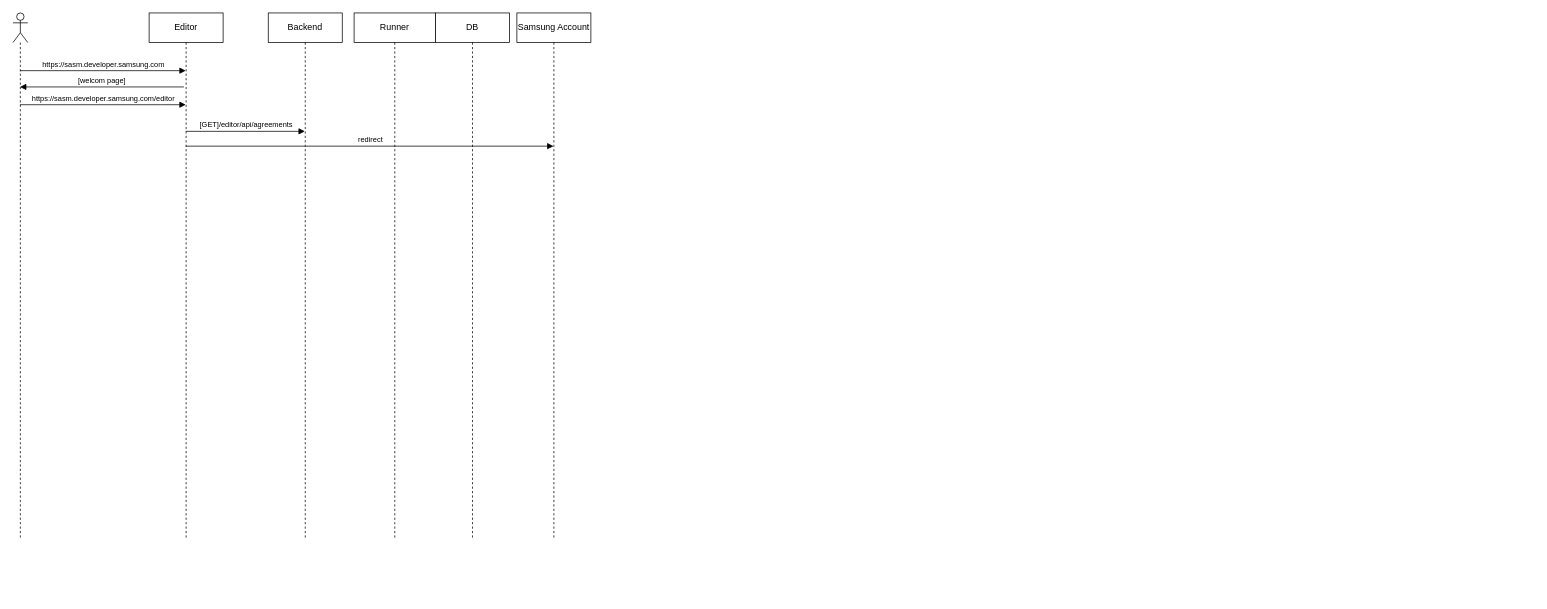
The draw.io diagram Untitled Diagram.drawio in hyjeong0/common-utils, before the edit. Source tidied: cells renumbered, new cells numbered last; positions are measured from the earlier drawing's top-left corner, leaving out a move shared by most shapes. Both pictures are drawn from the tidied source at 74%, with x=0, y=0 at pixel (13, 13).
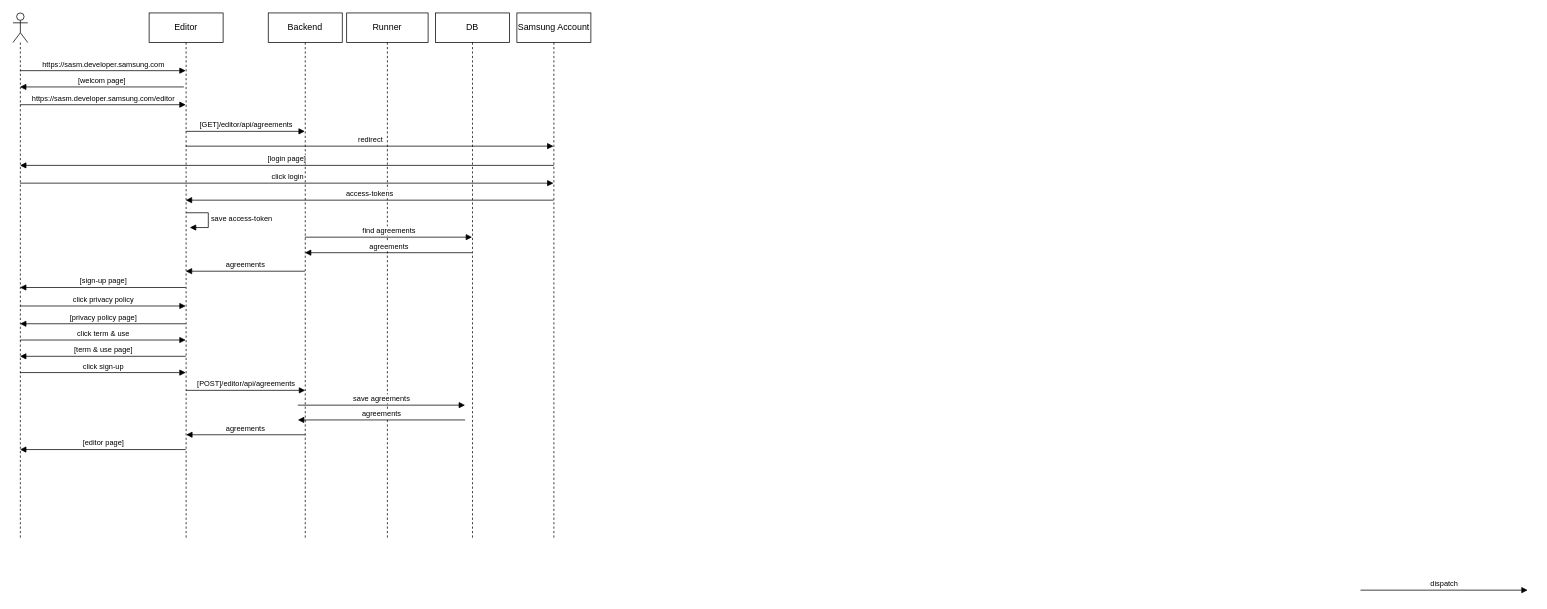
Above is the later version.

The change refers to these unchanged cells:
```xml
<mxCell id="3" value="Editor" style="shape=umlLifeline;perimeter=lifelinePerimeter;whiteSpace=wrap;html=1;" parent="1" vertex="1">
  <mxGeometry x="184" width="100" height="710" as="geometry" />
</mxCell>
```

Diff of the diagram source:
```diff
@@
+    <mxCell id="13" value="save access-token" style="edgeStyle=orthogonalEdgeStyle;html=1;align=left;spacingLeft=2;endArrow=block;rounded=0;entryX=1;entryY=0;fontSize=10;" parent="3" edge="1">
+      <mxGeometry relative="1" as="geometry">
+        <mxPoint x="50" y="270" as="sourcePoint" />
+        <mxPoint x="55" y="290" as="targetPoint" />
+        <Array as="points">
+          <mxPoint x="80" y="270" />
+        </Array>
+      </mxGeometry>
+    </mxCell>
@@
     <mxCell id="6" value="Runner" style="shape=umlLifeline;perimeter=lifelinePerimeter;whiteSpace=wrap;html=1;" parent="1" vertex="1">
-      <mxGeometry x="461" width="110" height="710" as="geometry" />
+      <mxGeometry x="451" width="110" height="710" as="geometry" />
     </mxCell>
+    <mxCell id="14" value="save agreements" style="html=1;verticalAlign=bottom;endArrow=block;rounded=0;fontSize=10;" parent="6" edge="1">
+      <mxGeometry relative="1" as="geometry">
+        <mxPoint x="-66" y="530" as="sourcePoint" />
+        <mxPoint x="160" y="530" as="targetPoint" />
+      </mxGeometry>
+    </mxCell>
+    <mxCell id="15" value="agreements" style="html=1;verticalAlign=bottom;endArrow=block;rounded=0;fontSize=10;" parent="6" edge="1">
+      <mxGeometry relative="1" as="geometry">
+        <mxPoint x="160" y="550" as="sourcePoint" />
+        <mxPoint x="-66" y="550" as="targetPoint" />
+      </mxGeometry>
+    </mxCell>
@@
+    <mxCell id="16" value="[login page]" style="html=1;verticalAlign=bottom;endArrow=block;rounded=0;fontSize=10;" parent="1" edge="1">
+      <mxGeometry relative="1" as="geometry">
+        <mxPoint x="731" y="206" as="sourcePoint" />
+        <mxPoint x="9.5" y="206" as="targetPoint" />
+      </mxGeometry>
+    </mxCell>
+    <mxCell id="17" value="click login" style="html=1;verticalAlign=bottom;endArrow=block;rounded=0;fontSize=10;" parent="1" edge="1">
+      <mxGeometry relative="1" as="geometry">
+        <mxPoint x="9.5" y="230" as="sourcePoint" />
+        <mxPoint x="730.5" y="230" as="targetPoint" />
+      </mxGeometry>
+    </mxCell>
+    <mxCell id="18" value="access-tokens" style="html=1;verticalAlign=bottom;endArrow=block;rounded=0;fontSize=10;" parent="1" edge="1">
+      <mxGeometry relative="1" as="geometry">
+        <mxPoint x="730.5" y="253" as="sourcePoint" />
+        <mxPoint x="233.5" y="253" as="targetPoint" />
+      </mxGeometry>
+    </mxCell>
+    <mxCell id="19" value="dispatch" style="html=1;verticalAlign=bottom;endArrow=block;rounded=0;fontSize=10;" parent="1" edge="1">
+      <mxGeometry relative="1" as="geometry">
+        <mxPoint x="1821" y="780" as="sourcePoint" />
+        <mxPoint x="2047" y="780" as="targetPoint" />
+      </mxGeometry>
+    </mxCell>
+    <mxCell id="20" value="find agreements" style="html=1;verticalAlign=bottom;endArrow=block;rounded=0;fontSize=10;" parent="1" edge="1">
+      <mxGeometry relative="1" as="geometry">
+        <mxPoint x="394.5" y="303" as="sourcePoint" />
+        <mxPoint x="620.5" y="303" as="targetPoint" />
+      </mxGeometry>
+    </mxCell>
+    <mxCell id="21" value="agreements" style="html=1;verticalAlign=bottom;endArrow=block;rounded=0;fontSize=10;" parent="1" edge="1">
+      <mxGeometry relative="1" as="geometry">
+        <mxPoint x="620.5" y="324" as="sourcePoint" />
+        <mxPoint x="394.5" y="324" as="targetPoint" />
+      </mxGeometry>
+    </mxCell>
+    <mxCell id="22" value="agreements" style="html=1;verticalAlign=bottom;endArrow=block;rounded=0;fontSize=10;" parent="1" edge="1">
+      <mxGeometry relative="1" as="geometry">
+        <mxPoint x="394.5" y="349" as="sourcePoint" />
+        <mxPoint x="233.5" y="349" as="targetPoint" />
+      </mxGeometry>
+    </mxCell>
+    <mxCell id="23" value="[sign-up page]" style="html=1;verticalAlign=bottom;endArrow=block;rounded=0;fontSize=10;" parent="1" edge="1">
+      <mxGeometry relative="1" as="geometry">
+        <mxPoint x="233.5" y="371" as="sourcePoint" />
+        <mxPoint x="9.5" y="371" as="targetPoint" />
+      </mxGeometry>
+    </mxCell>
+    <mxCell id="24" value="click privacy policy" style="html=1;verticalAlign=bottom;endArrow=block;rounded=0;fontSize=10;" parent="1" edge="1">
+      <mxGeometry relative="1" as="geometry">
+        <mxPoint x="9.5" y="396" as="sourcePoint" />
+        <mxPoint x="233.5" y="396" as="targetPoint" />
+      </mxGeometry>
+    </mxCell>
+    <mxCell id="25" value="[privacy policy page]" style="html=1;verticalAlign=bottom;endArrow=block;rounded=0;fontSize=10;" parent="1" edge="1">
+      <mxGeometry relative="1" as="geometry">
+        <mxPoint x="233.5" y="420" as="sourcePoint" />
+        <mxPoint x="9.5" y="420" as="targetPoint" />
+      </mxGeometry>
+    </mxCell>
+    <mxCell id="26" value="click term &amp;amp; use" style="html=1;verticalAlign=bottom;endArrow=block;rounded=0;fontSize=10;" parent="1" edge="1">
+      <mxGeometry relative="1" as="geometry">
+        <mxPoint x="9.5" y="442" as="sourcePoint" />
+        <mxPoint x="233.5" y="442" as="targetPoint" />
+      </mxGeometry>
+    </mxCell>
+    <mxCell id="27" value="[term &amp;amp; use page]" style="html=1;verticalAlign=bottom;endArrow=block;rounded=0;fontSize=10;" parent="1" edge="1">
+      <mxGeometry relative="1" as="geometry">
+        <mxPoint x="233.5" y="464" as="sourcePoint" />
+        <mxPoint x="9.5" y="464" as="targetPoint" />
+      </mxGeometry>
+    </mxCell>
+    <mxCell id="28" value="click sign-up" style="html=1;verticalAlign=bottom;endArrow=block;rounded=0;fontSize=10;" parent="1" edge="1">
+      <mxGeometry relative="1" as="geometry">
+        <mxPoint x="9.5" y="486" as="sourcePoint" />
+        <mxPoint x="233.5" y="486" as="targetPoint" />
+      </mxGeometry>
+    </mxCell>
+    <mxCell id="29" value="[POST]/editor/api/agreements" style="html=1;verticalAlign=bottom;endArrow=block;rounded=0;fontSize=10;" parent="1" edge="1">
+      <mxGeometry relative="1" as="geometry">
+        <mxPoint x="234" y="510" as="sourcePoint" />
+        <mxPoint x="395" y="510" as="targetPoint" />
+      </mxGeometry>
+    </mxCell>
+    <mxCell id="30" value="agreements" style="html=1;verticalAlign=bottom;endArrow=block;rounded=0;fontSize=10;" parent="1" edge="1">
+      <mxGeometry relative="1" as="geometry">
+        <mxPoint x="395" y="570" as="sourcePoint" />
+        <mxPoint x="234" y="570" as="targetPoint" />
+      </mxGeometry>
+    </mxCell>
+    <mxCell id="31" value="[editor page]" style="html=1;verticalAlign=bottom;endArrow=block;rounded=0;fontSize=10;" parent="1" edge="1">
+      <mxGeometry relative="1" as="geometry">
+        <mxPoint x="233.5" y="590" as="sourcePoint" />
+        <mxPoint x="9.5" y="590" as="targetPoint" />
+      </mxGeometry>
+    </mxCell>
```
